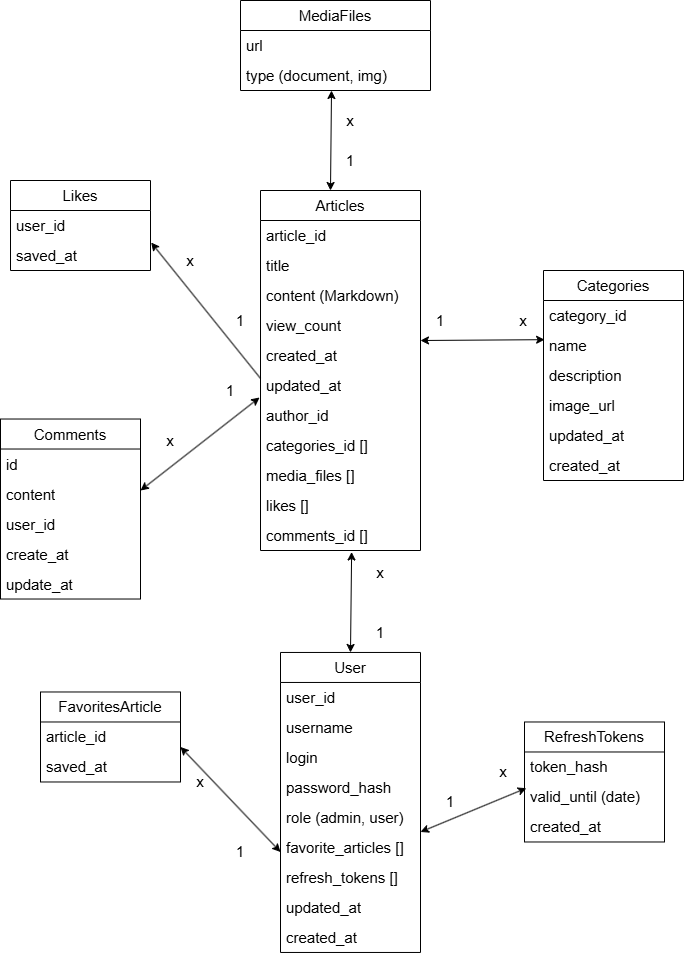
Earlier version of the draw.io export KnowledgeBaseUML.png (AlexanderNP/KnowledgeBase). Source tidied: cells renumbered, new cells last; positions are measured from the earlier drawing's top-left corner, leaving out a move shared by most shapes.
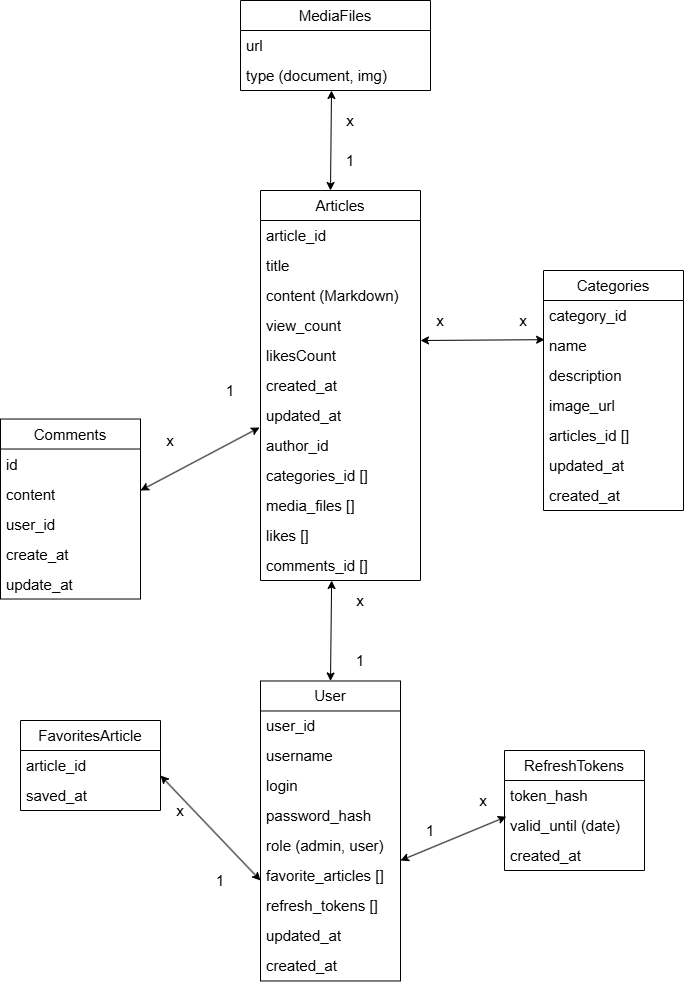
After the change.

Commit message:
doc: Обновляет UML диаграмму согласно призма-схеме

Change to the diagram source:
```diff
@@ -3,7 +3,7 @@
     <mxCell id="0" />
     <mxCell id="1" parent="0" />
     <mxCell id="2" value="Articles" style="swimlane;fontStyle=0;horizontal=1;startSize=30;whiteSpace=wrap;html=1;fontSize=15;" parent="1" vertex="1">
-      <mxGeometry x="260" y="190" width="160" height="360" as="geometry" />
+      <mxGeometry x="260" y="190" width="160" height="390" as="geometry" />
     </mxCell>
     <mxCell id="3" value="article_id" style="text;strokeColor=none;fillColor=none;align=left;verticalAlign=middle;spacingLeft=4;spacingRight=4;overflow=hidden;whiteSpace=wrap;html=1;fontSize=15;" parent="2" vertex="1">
       <mxGeometry y="30" width="160" height="30" as="geometry" />
@@ -17,29 +17,32 @@
     <mxCell id="6" value="view_count" style="text;strokeColor=none;fillColor=none;align=left;verticalAlign=middle;spacingLeft=4;spacingRight=4;overflow=hidden;whiteSpace=wrap;html=1;fontSize=15;" parent="2" vertex="1">
       <mxGeometry y="120" width="160" height="30" as="geometry" />
     </mxCell>
+    <mxCell id="71" value="likesCount" style="text;strokeColor=none;fillColor=none;align=left;verticalAlign=middle;spacingLeft=4;spacingRight=4;overflow=hidden;whiteSpace=wrap;html=1;fontSize=15;" parent="2" vertex="1">
+      <mxGeometry y="150" width="160" height="30" as="geometry" />
+    </mxCell>
     <mxCell id="7" value="created_at" style="text;strokeColor=none;fillColor=none;align=left;verticalAlign=middle;spacingLeft=4;spacingRight=4;overflow=hidden;whiteSpace=wrap;html=1;fontSize=15;" parent="2" vertex="1">
-      <mxGeometry y="150" width="160" height="30" as="geometry" />
+      <mxGeometry y="180" width="160" height="30" as="geometry" />
     </mxCell>
     <mxCell id="8" value="updated_at" style="text;strokeColor=none;fillColor=none;align=left;verticalAlign=middle;spacingLeft=4;spacingRight=4;overflow=hidden;points=[[0,0.5],[1,0.5]];portConstraint=eastwest;whiteSpace=wrap;html=1;fontSize=15;" parent="2" vertex="1">
-      <mxGeometry y="180" width="160" height="30" as="geometry" />
+      <mxGeometry y="210" width="160" height="30" as="geometry" />
     </mxCell>
     <mxCell id="9" value="author_id" style="text;strokeColor=none;fillColor=none;align=left;verticalAlign=middle;spacingLeft=4;spacingRight=4;overflow=hidden;whiteSpace=wrap;html=1;fontSize=15;" parent="2" vertex="1">
-      <mxGeometry y="210" width="160" height="30" as="geometry" />
+      <mxGeometry y="240" width="160" height="30" as="geometry" />
     </mxCell>
     <mxCell id="10" value="categories_id []" style="text;strokeColor=none;fillColor=none;align=left;verticalAlign=middle;spacingLeft=4;spacingRight=4;overflow=hidden;whiteSpace=wrap;html=1;fontSize=15;" parent="2" vertex="1">
-      <mxGeometry y="240" width="160" height="30" as="geometry" />
+      <mxGeometry y="270" width="160" height="30" as="geometry" />
     </mxCell>
     <mxCell id="11" value="media_files []" style="text;strokeColor=none;fillColor=none;align=left;verticalAlign=middle;spacingLeft=4;spacingRight=4;overflow=hidden;whiteSpace=wrap;html=1;fontSize=15;" parent="2" vertex="1">
-      <mxGeometry y="270" width="160" height="30" as="geometry" />
+      <mxGeometry y="300" width="160" height="30" as="geometry" />
     </mxCell>
     <mxCell id="12" value="likes []" style="text;strokeColor=none;fillColor=none;align=left;verticalAlign=middle;spacingLeft=4;spacingRight=4;overflow=hidden;whiteSpace=wrap;html=1;fontSize=15;" parent="2" vertex="1">
-      <mxGeometry y="300" width="160" height="30" as="geometry" />
+      <mxGeometry y="330" width="160" height="30" as="geometry" />
     </mxCell>
     <mxCell id="13" value="comments_id []" style="text;strokeColor=none;fillColor=none;align=left;verticalAlign=middle;spacingLeft=4;spacingRight=4;overflow=hidden;whiteSpace=wrap;html=1;fontSize=15;" parent="2" vertex="1">
-      <mxGeometry y="330" width="160" height="30" as="geometry" />
+      <mxGeometry y="360" width="160" height="30" as="geometry" />
     </mxCell>
     <mxCell id="14" value="Categories" style="swimlane;fontStyle=0;horizontal=1;startSize=30;whiteSpace=wrap;html=1;fontSize=15;" parent="1" vertex="1">
-      <mxGeometry x="543" y="270" width="140" height="210" as="geometry" />
+      <mxGeometry x="543" y="270" width="140" height="240" as="geometry" />
     </mxCell>
     <mxCell id="15" value="category_id" style="text;strokeColor=none;fillColor=none;align=left;verticalAlign=middle;spacingLeft=4;spacingRight=4;overflow=hidden;whiteSpace=wrap;html=1;fontSize=15;" parent="14" vertex="1">
       <mxGeometry y="30" width="140" height="30" as="geometry" />
@@ -53,14 +56,17 @@
     <mxCell id="18" value="image_url" style="text;strokeColor=none;fillColor=none;align=left;verticalAlign=middle;spacingLeft=4;spacingRight=4;overflow=hidden;whiteSpace=wrap;html=1;fontSize=15;" parent="14" vertex="1">
       <mxGeometry y="120" width="140" height="30" as="geometry" />
     </mxCell>
+    <mxCell id="72" value="articles_id []" style="text;strokeColor=none;fillColor=none;align=left;verticalAlign=middle;spacingLeft=4;spacingRight=4;overflow=hidden;whiteSpace=wrap;html=1;fontSize=15;" parent="14" vertex="1">
+      <mxGeometry y="150" width="140" height="30" as="geometry" />
+    </mxCell>
     <mxCell id="19" value="updated_at" style="text;strokeColor=none;fillColor=none;align=left;verticalAlign=middle;spacingLeft=4;spacingRight=4;overflow=hidden;whiteSpace=wrap;html=1;fontSize=15;" parent="14" vertex="1">
-      <mxGeometry y="150" width="140" height="30" as="geometry" />
+      <mxGeometry y="180" width="140" height="30" as="geometry" />
     </mxCell>
     <mxCell id="20" value="created_at" style="text;strokeColor=none;fillColor=none;align=left;verticalAlign=middle;spacingLeft=4;spacingRight=4;overflow=hidden;whiteSpace=wrap;html=1;fontSize=15;" parent="14" vertex="1">
-      <mxGeometry y="180" width="140" height="30" as="geometry" />
+      <mxGeometry y="210" width="140" height="30" as="geometry" />
     </mxCell>
     <mxCell id="21" value="User" style="swimlane;fontStyle=0;horizontal=1;startSize=30;whiteSpace=wrap;html=1;fontSize=15;" parent="1" vertex="1">
-      <mxGeometry x="280" y="652" width="140" height="300" as="geometry" />
+      <mxGeometry x="260" y="680.5" width="140" height="300" as="geometry" />
     </mxCell>
     <mxCell id="22" value="user_id" style="text;strokeColor=none;fillColor=none;align=left;verticalAlign=middle;spacingLeft=4;spacingRight=4;overflow=hidden;whiteSpace=wrap;html=1;fontSize=15;" parent="21" vertex="1">
       <mxGeometry y="30" width="140" height="30" as="geometry" />
@@ -96,20 +102,20 @@
     </mxCell>
     <mxCell id="32" style="endArrow=classic;startArrow=classic;html=1;rounded=0;exitX=0.5;exitY=0;exitDx=0;exitDy=0;entryX=0.508;entryY=0.984;entryDx=0;entryDy=0;entryPerimeter=0;fontSize=15;" parent="1" edge="1" source="21">
       <mxGeometry relative="1" as="geometry">
-        <mxPoint x="351.1" y="551.5" as="targetPoint" />
+        <mxPoint x="331.1" y="580" as="targetPoint" />
       </mxGeometry>
     </mxCell>
-    <mxCell id="33" value="1" style="text;html=1;align=center;verticalAlign=middle;whiteSpace=wrap;rounded=0;fontSize=15;" parent="1" vertex="1">
+    <mxCell id="33" value="x" style="text;html=1;align=center;verticalAlign=middle;whiteSpace=wrap;rounded=0;fontSize=15;" parent="1" vertex="1">
       <mxGeometry x="420" y="310" width="40" height="20" as="geometry" />
     </mxCell>
     <mxCell id="34" value="x" style="text;html=1;align=center;verticalAlign=middle;whiteSpace=wrap;rounded=0;fontSize=15;" parent="1" vertex="1">
       <mxGeometry x="503" y="310" width="40" height="20" as="geometry" />
     </mxCell>
     <mxCell id="35" value="1" style="text;html=1;align=center;verticalAlign=middle;whiteSpace=wrap;rounded=0;fontSize=15;" parent="1" vertex="1">
-      <mxGeometry x="360" y="622" width="40" height="20" as="geometry" />
+      <mxGeometry x="340" y="650.5" width="40" height="20" as="geometry" />
     </mxCell>
     <mxCell id="36" value="x" style="text;html=1;align=center;verticalAlign=middle;whiteSpace=wrap;rounded=0;fontSize=15;" parent="1" vertex="1">
-      <mxGeometry x="360" y="562" width="40" height="20" as="geometry" />
+      <mxGeometry x="340" y="590.5" width="40" height="20" as="geometry" />
     </mxCell>
     <mxCell id="37" value="Comments" style="swimlane;fontStyle=0;horizontal=1;startSize=30;whiteSpace=wrap;html=1;fontSize=15;" parent="1" vertex="1">
       <mxGeometry y="418.5" width="140" height="180" as="geometry" />
@@ -130,7 +136,7 @@
       <mxGeometry y="150" width="140" height="30" as="geometry" />
     </mxCell>
     <mxCell id="43" value="FavoritesArticle" style="swimlane;fontStyle=0;horizontal=1;startSize=30;whiteSpace=wrap;html=1;fontSize=15;" parent="1" vertex="1">
-      <mxGeometry x="40" y="691.5" width="140" height="90" as="geometry" />
+      <mxGeometry x="20" y="720" width="140" height="90" as="geometry" />
     </mxCell>
     <mxCell id="44" value="article_id" style="text;strokeColor=none;fillColor=none;align=left;verticalAlign=middle;spacingLeft=4;spacingRight=4;overflow=hidden;whiteSpace=wrap;html=1;fontSize=15;" parent="43" vertex="1">
       <mxGeometry y="30" width="140" height="30" as="geometry" />
@@ -140,15 +146,15 @@
     </mxCell>
     <mxCell id="46" style="endArrow=classic;startArrow=classic;html=1;rounded=0;exitX=1;exitY=0.5;exitDx=0;exitDy=0;fontSize=15;" parent="1" edge="1">
       <mxGeometry relative="1" as="geometry">
-        <mxPoint x="180" y="746.5" as="sourcePoint" />
-        <mxPoint x="280" y="851.5" as="targetPoint" />
+        <mxPoint x="160" y="775" as="sourcePoint" />
+        <mxPoint x="260" y="880" as="targetPoint" />
       </mxGeometry>
     </mxCell>
     <mxCell id="47" value="1" style="text;html=1;align=center;verticalAlign=middle;whiteSpace=wrap;rounded=0;fontSize=15;" parent="1" vertex="1">
-      <mxGeometry x="220" y="841.5" width="40" height="20" as="geometry" />
+      <mxGeometry x="200" y="870" width="40" height="20" as="geometry" />
     </mxCell>
     <mxCell id="48" value="x" style="text;html=1;align=center;verticalAlign=middle;whiteSpace=wrap;rounded=0;fontSize=15;" parent="1" vertex="1">
-      <mxGeometry x="180" y="771.5" width="40" height="20" as="geometry" />
+      <mxGeometry x="160" y="800" width="40" height="20" as="geometry" />
     </mxCell>
     <mxCell id="49" value="MediaFiles" style="swimlane;fontStyle=0;horizontal=1;startSize=30;whiteSpace=wrap;html=1;fontSize=15;" parent="1" vertex="1">
       <mxGeometry x="240" width="190" height="90" as="geometry" />
@@ -171,29 +177,8 @@
     <mxCell id="54" value="1" style="text;html=1;align=center;verticalAlign=middle;whiteSpace=wrap;rounded=0;fontSize=15;" parent="1" vertex="1">
       <mxGeometry x="330" y="150" width="40" height="20" as="geometry" />
     </mxCell>
-    <mxCell id="55" value="Likes" style="swimlane;fontStyle=0;horizontal=1;startSize=30;whiteSpace=wrap;html=1;fontSize=15;" parent="1" vertex="1">
-      <mxGeometry x="10" y="180" width="140" height="90" as="geometry" />
-    </mxCell>
-    <mxCell id="56" value="user_id" style="text;strokeColor=none;fillColor=none;align=left;verticalAlign=middle;spacingLeft=4;spacingRight=4;overflow=hidden;whiteSpace=wrap;html=1;fontSize=15;" parent="55" vertex="1">
-      <mxGeometry y="30" width="140" height="30" as="geometry" />
-    </mxCell>
-    <mxCell id="57" value="saved_at" style="text;strokeColor=none;fillColor=none;align=left;verticalAlign=middle;spacingLeft=4;spacingRight=4;overflow=hidden;whiteSpace=wrap;html=1;fontSize=15;" parent="55" vertex="1">
-      <mxGeometry y="60" width="140" height="30" as="geometry" />
-    </mxCell>
-    <mxCell id="58" style="endArrow=classic;html=1;rounded=0;exitX=-0.005;exitY=0.029;exitDx=0;exitDy=0;exitPerimeter=0;entryX=1;entryY=0.5;entryDx=0;entryDy=0;fontSize=15;" parent="1" edge="1">
-      <mxGeometry relative="1" as="geometry">
-        <mxPoint x="260" y="377.9" as="sourcePoint" />
-        <mxPoint x="150.7" y="242.1" as="targetPoint" />
-      </mxGeometry>
-    </mxCell>
-    <mxCell id="59" value="x" style="text;html=1;align=center;verticalAlign=middle;whiteSpace=wrap;rounded=0;fontSize=15;" parent="1" vertex="1">
-      <mxGeometry x="170" y="250" width="40" height="20" as="geometry" />
-    </mxCell>
-    <mxCell id="60" value="1" style="text;html=1;align=center;verticalAlign=middle;whiteSpace=wrap;rounded=0;fontSize=15;" parent="1" vertex="1">
-      <mxGeometry x="220" y="310" width="40" height="20" as="geometry" />
-    </mxCell>
     <mxCell id="61" value="RefreshTokens" style="swimlane;fontStyle=0;horizontal=1;startSize=30;whiteSpace=wrap;html=1;fontSize=15;" parent="1" vertex="1">
-      <mxGeometry x="524" y="721.5" width="140" height="120" as="geometry" />
+      <mxGeometry x="504" y="750" width="140" height="120" as="geometry" />
     </mxCell>
     <mxCell id="62" value="token_hash" style="text;strokeColor=none;fillColor=none;align=left;verticalAlign=middle;spacingLeft=4;spacingRight=4;overflow=hidden;whiteSpace=wrap;html=1;fontSize=15;" parent="61" vertex="1">
       <mxGeometry y="30" width="140" height="30" as="geometry" />
@@ -206,14 +191,14 @@
     </mxCell>
     <mxCell id="65" style="endArrow=classic;startArrow=classic;html=1;rounded=0;entryX=0.013;entryY=0.206;entryDx=0;entryDy=0;entryPerimeter=0;fontSize=15;" parent="1" edge="1" target="63">
       <mxGeometry relative="1" as="geometry">
-        <mxPoint x="420" y="831.5" as="sourcePoint" />
+        <mxPoint x="400" y="860" as="sourcePoint" />
       </mxGeometry>
     </mxCell>
     <mxCell id="66" value="x" style="text;html=1;align=center;verticalAlign=middle;whiteSpace=wrap;rounded=0;fontSize=15;" parent="1" vertex="1">
-      <mxGeometry x="483" y="761.5" width="40" height="20" as="geometry" />
+      <mxGeometry x="463" y="790" width="40" height="20" as="geometry" />
     </mxCell>
     <mxCell id="67" value="1" style="text;html=1;align=center;verticalAlign=middle;whiteSpace=wrap;rounded=0;fontSize=15;" parent="1" vertex="1">
-      <mxGeometry x="430" y="791.5" width="40" height="20" as="geometry" />
+      <mxGeometry x="410" y="820" width="40" height="20" as="geometry" />
     </mxCell>
     <mxCell id="68" style="endArrow=classic;startArrow=classic;html=1;rounded=0;entryX=-0.006;entryY=0.9;entryDx=0;entryDy=0;entryPerimeter=0;fontSize=15;" parent="1" edge="1" target="8">
       <mxGeometry relative="1" as="geometry">
```
